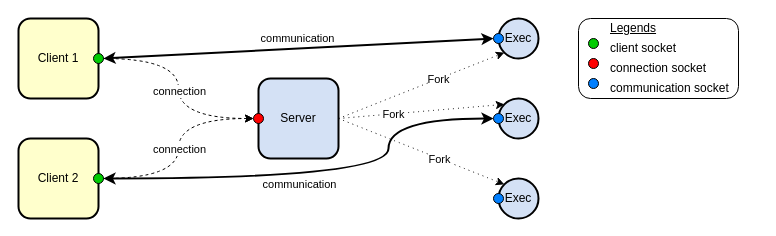
Above: SchemaEtape1&2.drawio in Yalkann/ProjetFTP (draw.io), before the change. Source tidied: cells renumbered, new cells numbered last; positions are measured from the earlier drawing's top-left corner, leaving out a move shared by most shapes. Both pictures are drawn from the tidied source at 100%, with x=0, y=0 at pixel (18, 18).
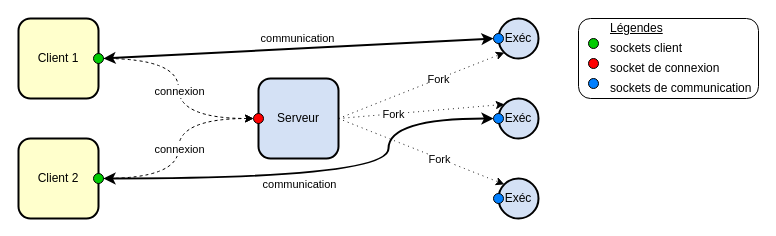
After the change.

The change refers to these unchanged cells:
```xml
<mxCell id="18" style="endArrow=classic;html=1;rounded=0;strokeColor=default;strokeWidth=1;exitX=1;exitY=0.5;exitDx=0;exitDy=0;entryX=0;entryY=0.5;entryDx=0;entryDy=0;dashed=1;edgeStyle=orthogonalEdgeStyle;curved=1;" parent="1" edge="1" source="6" target="8">
  <mxGeometry relative="1" as="geometry" />
</mxCell>
```

What changed in the source:
```diff
@@
     <mxCell id="2" style="rounded=1;whiteSpace=wrap;html=1;shadow=0;sketch=0;strokeColor=default;strokeWidth=1;fillColor=default;gradientColor=none;" parent="1" vertex="1">
-      <mxGeometry x="560" width="160" height="80" as="geometry" />
+      <mxGeometry x="560" width="180" height="80" as="geometry" />
     </mxCell>
@@
-    <mxCell id="4" value="Server" style="rounded=1;whiteSpace=wrap;html=1;strokeWidth=2;fillColor=#D4E1F5;" parent="1" vertex="1">
+    <mxCell id="4" value="Serveur" style="rounded=1;whiteSpace=wrap;html=1;strokeWidth=2;fillColor=#D4E1F5;" parent="1" vertex="1">
       <mxGeometry x="240" y="60" width="80" height="80" as="geometry" />
     </mxCell>
@@
-    <mxCell id="9" value="Exec" style="ellipse;whiteSpace=wrap;html=1;shadow=0;sketch=0;strokeColor=default;fillColor=#D4E1F5;gradientColor=none;strokeWidth=2;" parent="1" vertex="1">
+    <mxCell id="9" value="Exéc" style="ellipse;whiteSpace=wrap;html=1;shadow=0;sketch=0;strokeColor=default;fillColor=#D4E1F5;gradientColor=none;strokeWidth=2;" parent="1" vertex="1">
       <mxGeometry x="480" width="40" height="40" as="geometry" />
     </mxCell>
-    <mxCell id="10" value="Exec" style="ellipse;whiteSpace=wrap;html=1;shadow=0;sketch=0;strokeColor=default;fillColor=#D4E1F5;gradientColor=none;strokeWidth=2;" parent="1" vertex="1">
+    <mxCell id="10" value="Exéc" style="ellipse;whiteSpace=wrap;html=1;shadow=0;sketch=0;strokeColor=default;fillColor=#D4E1F5;gradientColor=none;strokeWidth=2;" parent="1" vertex="1">
       <mxGeometry x="480" y="80" width="40" height="40" as="geometry" />
     </mxCell>
-    <mxCell id="11" value="Exec" style="ellipse;whiteSpace=wrap;html=1;shadow=0;sketch=0;strokeColor=default;fillColor=#D4E1F5;gradientColor=none;strokeWidth=2;" parent="1" vertex="1">
+    <mxCell id="11" value="Exéc" style="ellipse;whiteSpace=wrap;html=1;shadow=0;sketch=0;strokeColor=default;fillColor=#D4E1F5;gradientColor=none;strokeWidth=2;" parent="1" vertex="1">
       <mxGeometry x="480" y="160" width="40" height="40" as="geometry" />
     </mxCell>
@@
-    <mxCell id="19" value="connection" style="edgeLabel;html=1;align=center;verticalAlign=middle;" parent="18" vertex="1">
+    <mxCell id="19" value="connexion" style="edgeLabel;html=1;align=center;verticalAlign=middle;" parent="18" vertex="1">
       <mxGeometry x="-0.09" y="-8" relative="1" as="geometry">
         <mxPoint x="8" y="11" as="offset" />
       </mxGeometry>
     </mxCell>
@@
-    <mxCell id="27" value="connection" style="edgeLabel;html=1;align=center;verticalAlign=middle;" parent="1" vertex="1">
+    <mxCell id="27" value="connexion" style="edgeLabel;html=1;align=center;verticalAlign=middle;" parent="1" vertex="1">
       <mxGeometry x="160" y="130" as="geometry" />
     </mxCell>
@@
-    <mxCell id="32" value="client socket" style="text;html=1;strokeColor=none;fillColor=none;align=left;verticalAlign=middle;whiteSpace=wrap;rounded=0;shadow=0;sketch=0;" parent="1" vertex="1">
+    <mxCell id="32" value="sockets client" style="text;html=1;strokeColor=none;fillColor=none;align=left;verticalAlign=middle;whiteSpace=wrap;rounded=0;shadow=0;sketch=0;" parent="1" vertex="1">
       <mxGeometry x="590" y="20" width="100" height="20" as="geometry" />
     </mxCell>
-    <mxCell id="33" value="connection socket" style="text;html=1;strokeColor=none;fillColor=none;align=left;verticalAlign=middle;whiteSpace=wrap;rounded=0;shadow=0;sketch=0;" parent="1" vertex="1">
-      <mxGeometry x="590" y="40" width="100" height="20" as="geometry" />
+    <mxCell id="33" value="socket de connexion" style="text;html=1;strokeColor=none;fillColor=none;align=left;verticalAlign=middle;whiteSpace=wrap;rounded=0;shadow=0;sketch=0;" parent="1" vertex="1">
+      <mxGeometry x="590" y="40" width="120" height="20" as="geometry" />
     </mxCell>
-    <mxCell id="34" value="communication socket" style="text;html=1;strokeColor=none;fillColor=none;align=left;verticalAlign=middle;whiteSpace=wrap;rounded=0;shadow=0;sketch=0;" parent="1" vertex="1">
-      <mxGeometry x="590" y="60" width="130" height="20" as="geometry" />
+    <mxCell id="34" value="sockets de communication" style="text;html=1;strokeColor=none;fillColor=none;align=left;verticalAlign=middle;whiteSpace=wrap;rounded=0;shadow=0;sketch=0;" parent="1" vertex="1">
+      <mxGeometry x="590" y="60" width="150" height="20" as="geometry" />
     </mxCell>
-    <mxCell id="35" value="&lt;u&gt;Legends&lt;/u&gt;" style="text;html=1;strokeColor=none;fillColor=none;align=left;verticalAlign=middle;whiteSpace=wrap;rounded=0;shadow=0;sketch=0;" parent="1" vertex="1">
+    <mxCell id="35" value="&lt;u&gt;Légendes&lt;/u&gt;" style="text;html=1;strokeColor=none;fillColor=none;align=left;verticalAlign=middle;whiteSpace=wrap;rounded=0;shadow=0;sketch=0;" parent="1" vertex="1">
       <mxGeometry x="590" width="100" height="20" as="geometry" />
     </mxCell>
```
